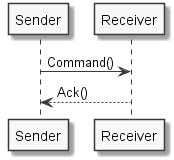
Before: inline_umlgraph_2.png, a diagram exported from PlantUML (TheRoot89/BomberUnitsDocu).
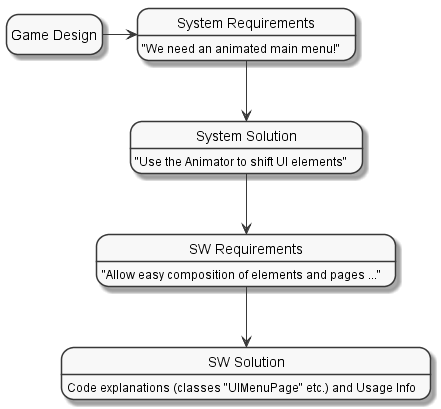
Above is the later version.

The edit, as a diff of the source:
```diff
@@ -2,6 +2,18 @@
    skinparam monochrome true
    skinparam componentStyle uml2
 
-   Sender->Receiver  : Command()
-   Sender<--Receiver : Ack()
+
+hide empty description
+
+state "Game Design" as GameDesign
+state "System Requirements" as SystemRequirements : "We need an animated main menu!"
+state "System Solution" as SystemSolution : "Use the Animator to shift UI elements"
+state "SW Requirements" as SWRequirements : "Allow easy composition of elements and pages ..."
+state "SW Solution" as SWSolution : Code explanations (classes "UIMenuPage" etc.) and Usage Info
+
+GameDesign -> SystemRequirements
+SystemRequirements --> SystemSolution
+SystemSolution --> SWRequirements
+SWRequirements --> SWSolution
+
 @enduml
```
